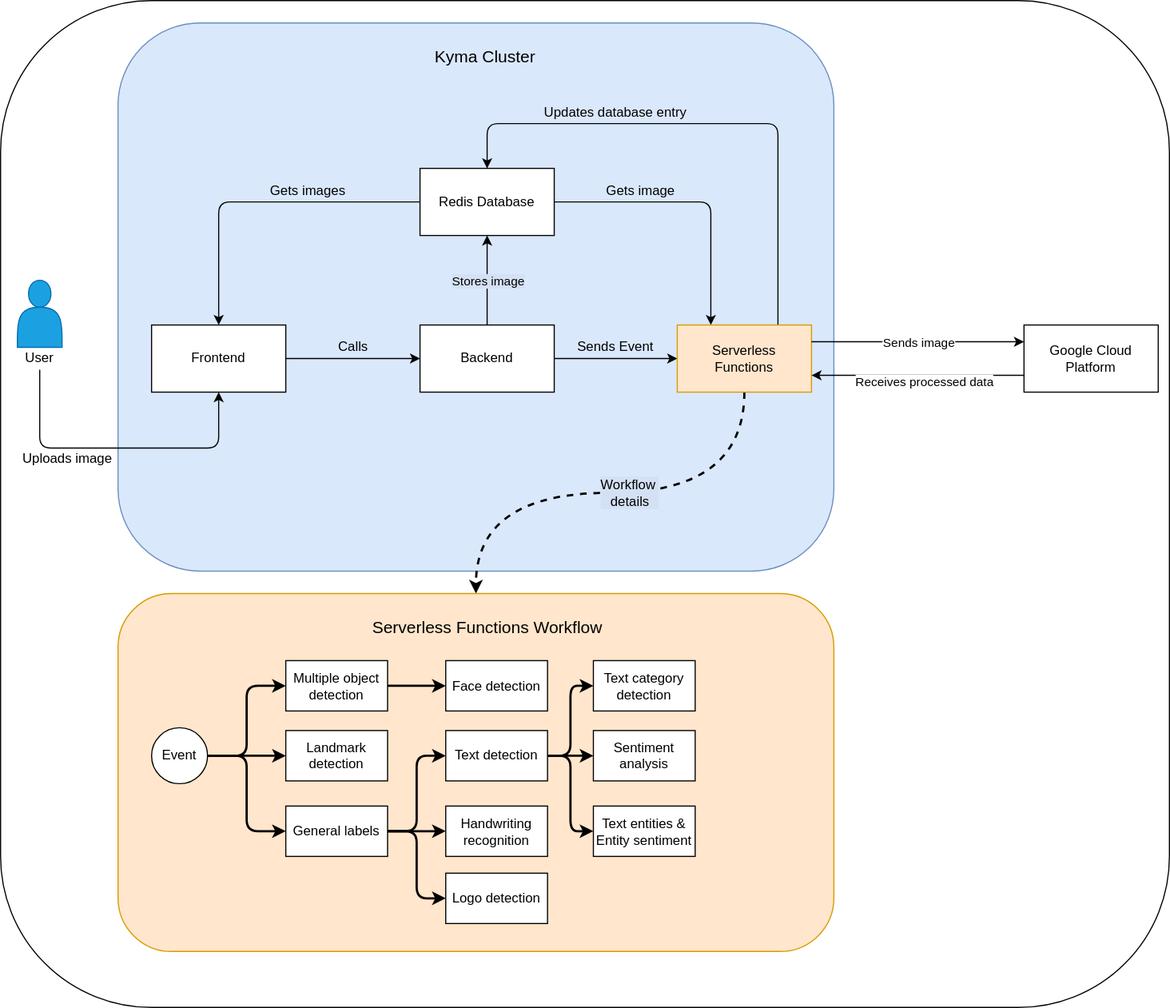
The draw.io diagram docs/assets/diagram_showcase.svg in kyma-incubator/kyma-showcase, before a commit. Source tidied: cells renumbered, new cells last; positions are measured from the earlier drawing's top-left corner, leaving out a move shared by most shapes.
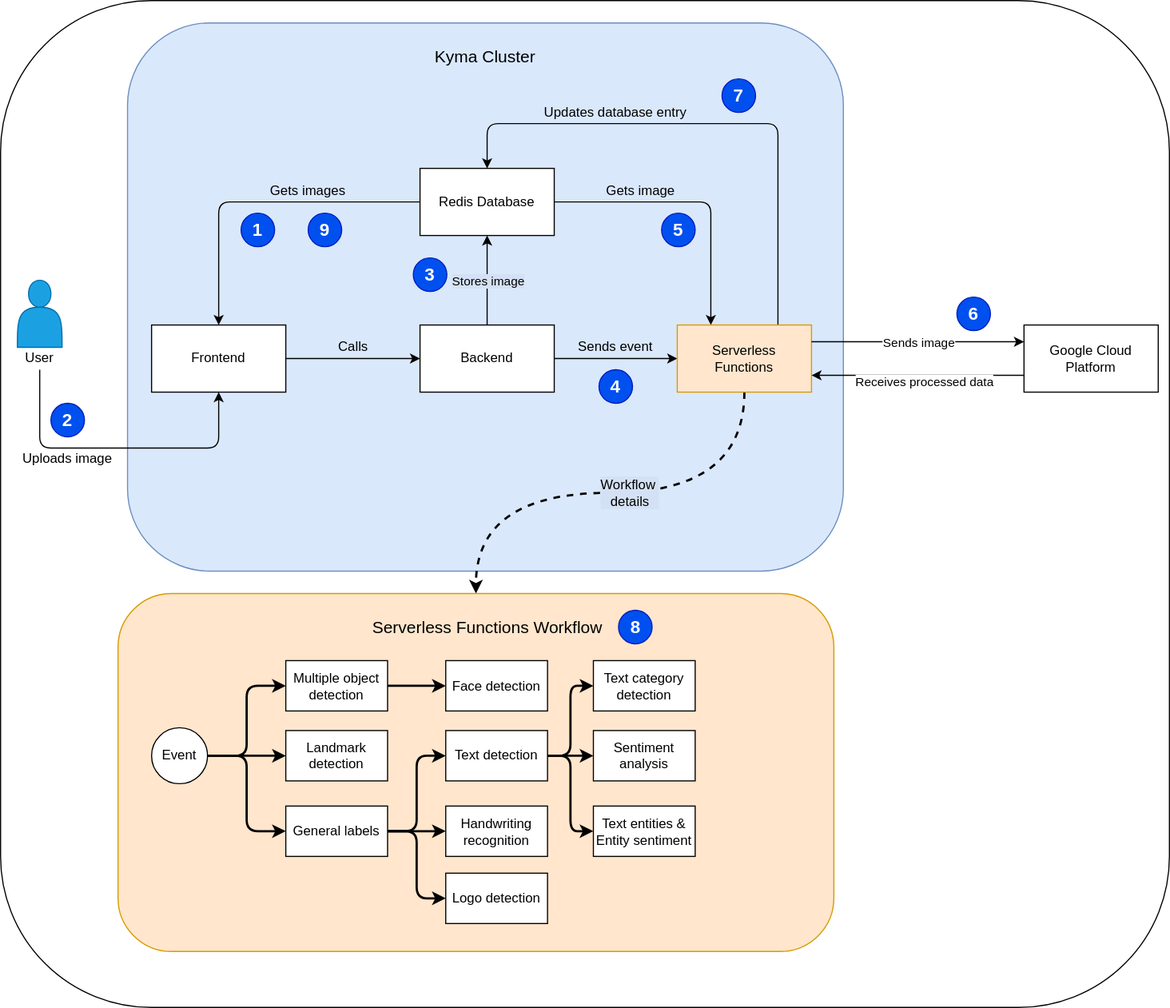
Above is the later version.

What changed in the source:
```diff
@@ -6,7 +6,7 @@
       <mxGeometry width="1045" height="900" as="geometry" />
     </mxCell>
     <mxCell id="3" style="rounded=1;whiteSpace=wrap;html=1;labelBackgroundColor=#D4E1F5;fillColor=#dae8fc;strokeColor=#6c8ebf;" parent="1" vertex="1">
-      <mxGeometry x="105" y="20" width="640" height="490" as="geometry" />
+      <mxGeometry x="113.5" y="20" width="640" height="490" as="geometry" />
     </mxCell>
     <mxCell id="4" value="&lt;font style=&quot;font-size: 15px&quot;&gt;Kyma Cluster&lt;/font&gt;" style="text;html=1;strokeColor=none;fillColor=none;align=center;verticalAlign=middle;whiteSpace=wrap;rounded=0;" parent="1" vertex="1">
       <mxGeometry x="372" y="10" width="123" height="80" as="geometry" />
@@ -80,7 +80,7 @@
     <mxCell id="22" value="Serverless&lt;br&gt;Functions" style="rounded=0;whiteSpace=wrap;html=1;labelBackgroundColor=none;fillColor=#ffe6cc;strokeColor=#d79b00;" parent="1" vertex="1">
       <mxGeometry x="605" y="290" width="120" height="60" as="geometry" />
     </mxCell>
-    <mxCell id="23" value="Sends Event" style="text;html=1;strokeColor=none;fillColor=none;align=center;verticalAlign=middle;whiteSpace=wrap;rounded=0;labelBackgroundColor=none;fontColor=#000000;" parent="1" vertex="1">
+    <mxCell id="23" value="Sends event" style="text;html=1;strokeColor=none;fillColor=none;align=center;verticalAlign=middle;whiteSpace=wrap;rounded=0;labelBackgroundColor=none;fontColor=#000000;" parent="1" vertex="1">
       <mxGeometry x="505" y="300" width="90" height="20" as="geometry" />
     </mxCell>
     <mxCell id="24" style="endArrow=classic;html=1;fontColor=#000000;exitX=1;exitY=0.25;exitDx=0;exitDy=0;entryX=0;entryY=0.25;entryDx=0;entryDy=0;" parent="1" edge="1" source="22" target="28">
@@ -185,5 +185,35 @@
     <mxCell id="55" value="Workflow&amp;nbsp;&lt;br&gt;details" style="text;html=1;strokeColor=none;fillColor=none;align=center;verticalAlign=middle;whiteSpace=wrap;rounded=0;labelBackgroundColor=#D4E1F5;fontColor=#000000;" parent="1" vertex="1">
       <mxGeometry x="542.5" y="430" width="40" height="20" as="geometry" />
     </mxCell>
+    <mxCell id="56" value="&lt;b style=&quot;font-size: 16px;&quot;&gt;1&lt;/b&gt;" style="ellipse;whiteSpace=wrap;html=1;fillColor=#0050ef;strokeColor=#001DBC;fontColor=#ffffff;fontSize=16;" parent="1" vertex="1">
+      <mxGeometry x="215" y="190" width="30" height="30" as="geometry" />
+    </mxCell>
+    <mxCell id="57" value="&lt;b style=&quot;font-size: 16px&quot;&gt;2&lt;/b&gt;" style="ellipse;whiteSpace=wrap;html=1;fillColor=#0050ef;strokeColor=#001DBC;fontColor=#ffffff;fontSize=16;" parent="1" vertex="1">
+      <mxGeometry x="45" y="360" width="30" height="30" as="geometry" />
+    </mxCell>
+    <mxCell id="58" value="&lt;b style=&quot;font-size: 16px&quot;&gt;3&lt;/b&gt;" style="ellipse;whiteSpace=wrap;html=1;fillColor=#0050ef;strokeColor=#001DBC;fontColor=#ffffff;fontSize=16;" parent="1" vertex="1">
+      <mxGeometry x="369" y="230" width="30" height="30" as="geometry" />
+    </mxCell>
+    <mxCell id="59" value="&lt;b style=&quot;font-size: 16px&quot;&gt;4&lt;/b&gt;" style="ellipse;whiteSpace=wrap;html=1;fillColor=#0050ef;strokeColor=#001DBC;fontColor=#ffffff;fontSize=16;" parent="1" vertex="1">
+      <mxGeometry x="535" y="330" width="30" height="30" as="geometry" />
+    </mxCell>
+    <mxCell id="60" style="edgeStyle=orthogonalEdgeStyle;rounded=0;orthogonalLoop=1;jettySize=auto;html=1;exitX=0.5;exitY=1;exitDx=0;exitDy=0;fontSize=16;" parent="1" edge="1" source="57" target="57">
+      <mxGeometry relative="1" as="geometry" />
+    </mxCell>
+    <mxCell id="61" value="&lt;b style=&quot;font-size: 16px&quot;&gt;5&lt;/b&gt;" style="ellipse;whiteSpace=wrap;html=1;fillColor=#0050ef;strokeColor=#001DBC;fontColor=#ffffff;fontSize=16;" parent="1" vertex="1">
+      <mxGeometry x="591" y="190" width="30" height="30" as="geometry" />
+    </mxCell>
+    <mxCell id="62" value="&lt;b style=&quot;font-size: 16px&quot;&gt;6&lt;/b&gt;" style="ellipse;whiteSpace=wrap;html=1;fillColor=#0050ef;strokeColor=#001DBC;fontColor=#ffffff;fontSize=16;" parent="1" vertex="1">
+      <mxGeometry x="855" y="265" width="30" height="30" as="geometry" />
+    </mxCell>
+    <mxCell id="63" value="&lt;b style=&quot;font-size: 16px&quot;&gt;7&lt;/b&gt;" style="ellipse;whiteSpace=wrap;html=1;fillColor=#0050ef;strokeColor=#001DBC;fontColor=#ffffff;fontSize=16;" parent="1" vertex="1">
+      <mxGeometry x="645" y="70" width="30" height="30" as="geometry" />
+    </mxCell>
+    <mxCell id="64" value="&lt;b style=&quot;font-size: 16px&quot;&gt;8&lt;/b&gt;" style="ellipse;whiteSpace=wrap;html=1;fillColor=#0050ef;strokeColor=#001DBC;fontColor=#ffffff;fontSize=16;" parent="1" vertex="1">
+      <mxGeometry x="552.5" y="545" width="30" height="30" as="geometry" />
+    </mxCell>
+    <mxCell id="65" value="&lt;b style=&quot;font-size: 16px&quot;&gt;9&lt;/b&gt;" style="ellipse;whiteSpace=wrap;html=1;fillColor=#0050ef;strokeColor=#001DBC;fontColor=#ffffff;fontSize=16;" parent="1" vertex="1">
+      <mxGeometry x="275" y="190" width="30" height="30" as="geometry" />
+    </mxCell>
   </root>
 </mxGraphModel>
```
